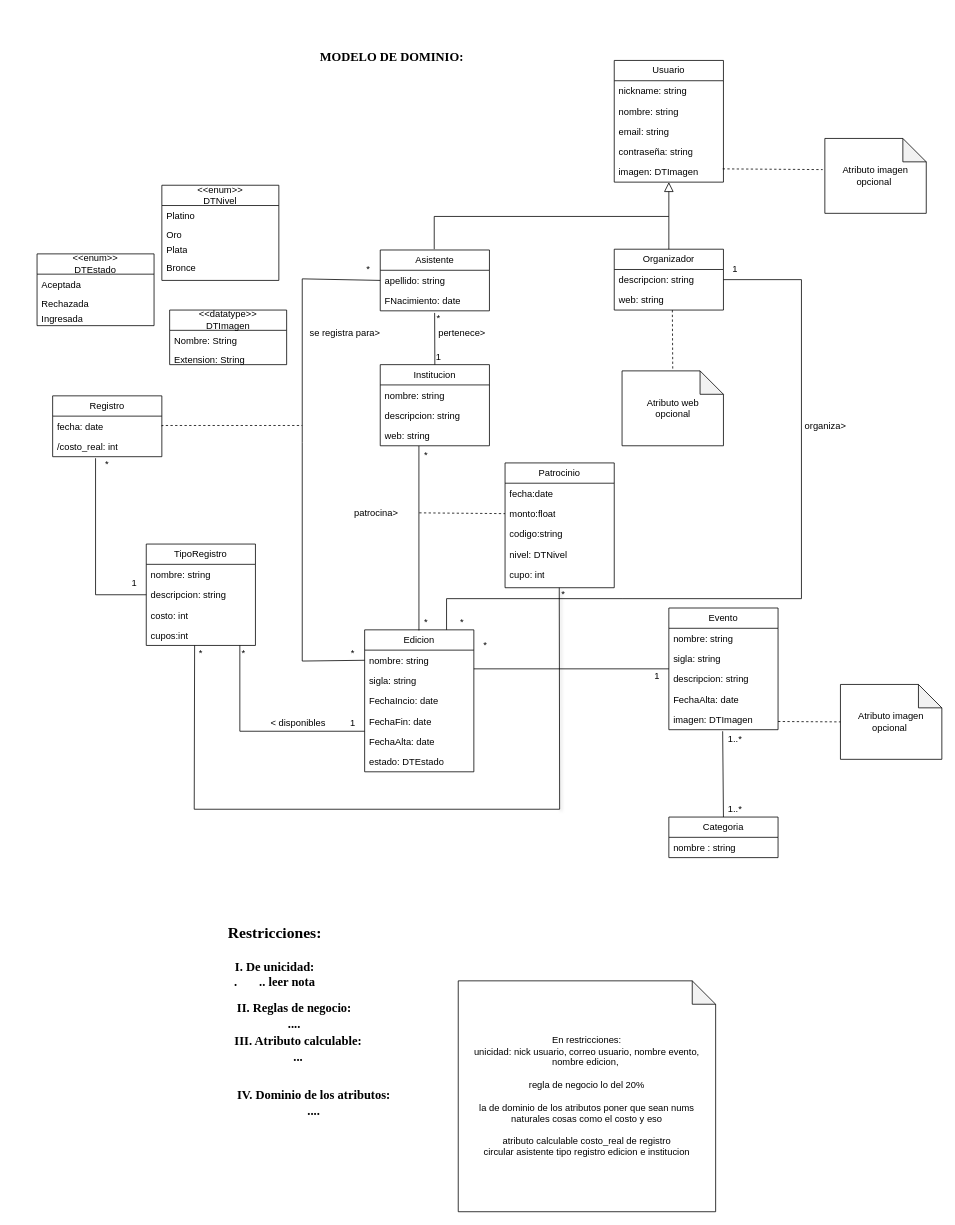
franscaletti/tprog keeps this draw.io diagram as page "ModeloDominio" (1 of 5) of Tarea1Snapshot.drawio. Above is the earlier version. Source tidied: cells renumbered, new cells numbered last; positions are measured from the earlier drawing's top-left corner, leaving out a move shared by most shapes. Both pictures are drawn from the tidied source at 78%, with x=0, y=0 at pixel (37, 13).
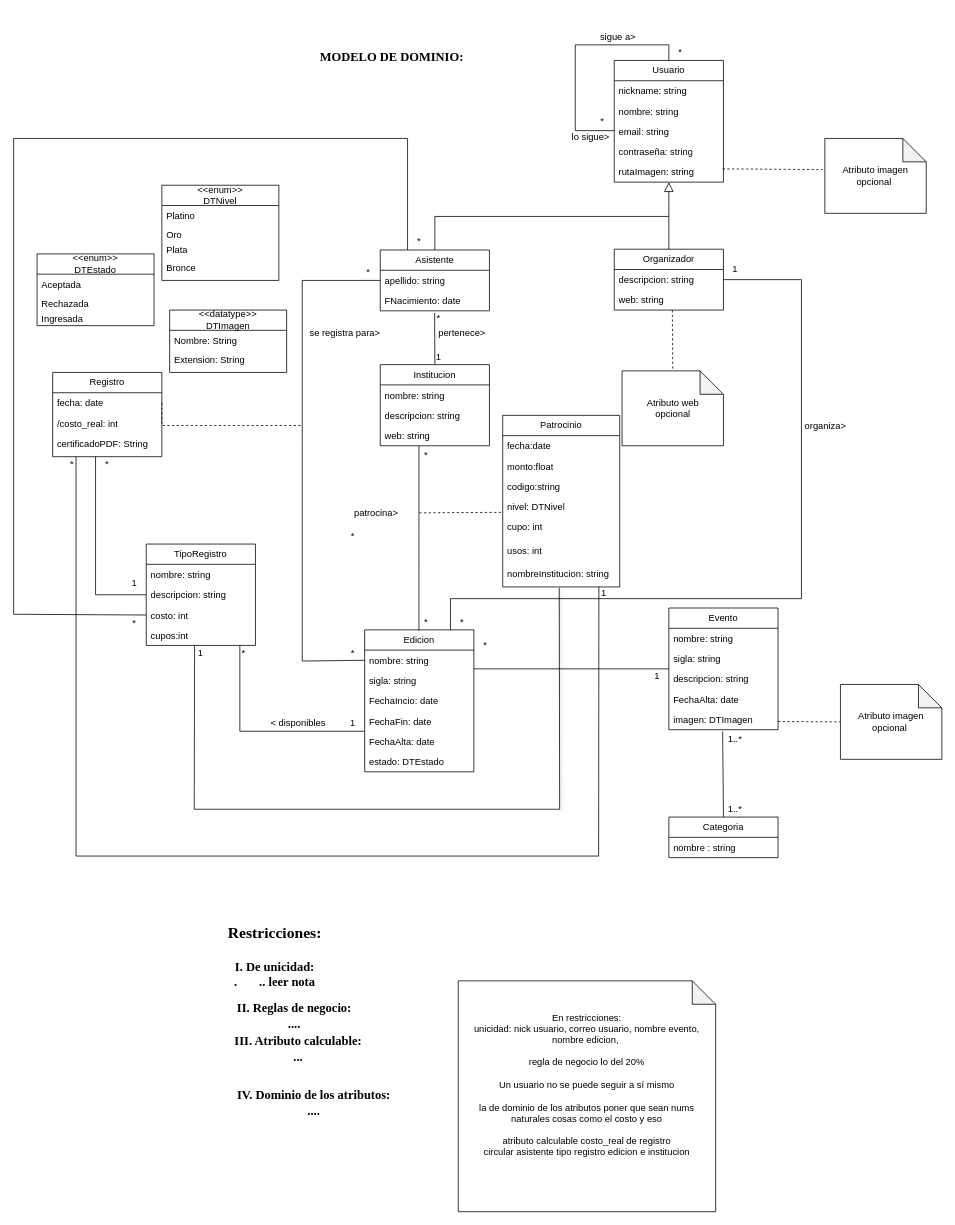
After the change.

The change refers to these unchanged cells:
```xml
<mxCell id="4" value="Usuario" style="swimlane;fontStyle=0;horizontal=1;startSize=26;fillColor=none;whiteSpace=wrap;html=1;" parent="1" vertex="1">
  <mxGeometry x="740" y="60" width="140" height="156" as="geometry" />
</mxCell>
<mxCell id="7" value="email: string" style="text;strokeColor=none;fillColor=none;align=left;verticalAlign=top;spacingLeft=4;spacingRight=4;overflow=hidden;points=[[0,0.5],[1,0.5]];portConstraint=eastwest;whiteSpace=wrap;html=1;" parent="4" vertex="1">
  <mxGeometry y="78" width="140" height="26" as="geometry" />
</mxCell>
<mxCell id="15" value="Asistente" style="swimlane;fontStyle=0;horizontal=1;startSize=26;fillColor=none;whiteSpace=wrap;html=1;" parent="1" vertex="1">
  <mxGeometry x="440" y="303" width="140" height="78" as="geometry" />
</mxCell>
<mxCell id="16" value="apellido: string&amp;nbsp;&lt;div&gt;&lt;br&gt;&lt;/div&gt;" style="text;strokeColor=none;fillColor=none;align=left;verticalAlign=top;spacingLeft=4;spacingRight=4;overflow=hidden;points=[[0,0.5],[1,0.5]];portConstraint=eastwest;whiteSpace=wrap;html=1;" parent="15" vertex="1">
  <mxGeometry y="26" width="140" height="26" as="geometry" />
</mxCell>
<mxCell id="19" value="descripcion: string&amp;nbsp;&lt;div&gt;&lt;br&gt;&lt;/div&gt;" style="text;strokeColor=none;fillColor=none;align=left;verticalAlign=top;spacingLeft=4;spacingRight=4;overflow=hidden;points=[[0,0.5],[1,0.5]];portConstraint=eastwest;whiteSpace=wrap;html=1;" parent="18" vertex="1">
  <mxGeometry y="26" width="140" height="26" as="geometry" />
</mxCell>
<mxCell id="26" value="Edicion" style="swimlane;fontStyle=0;horizontal=1;startSize=26;fillColor=none;whiteSpace=wrap;html=1;" parent="1" vertex="1">
  <mxGeometry x="420" y="790" width="140" height="182" as="geometry" />
</mxCell>
<mxCell id="27" value="nombre: string&amp;nbsp;&lt;div&gt;&lt;br&gt;&lt;/div&gt;" style="text;strokeColor=none;fillColor=none;align=left;verticalAlign=top;spacingLeft=4;spacingRight=4;overflow=hidden;points=[[0,0.5],[1,0.5]];portConstraint=eastwest;whiteSpace=wrap;html=1;" parent="26" vertex="1">
  <mxGeometry y="26" width="140" height="26" as="geometry" />
</mxCell>
<mxCell id="35" value="descripcion: string" style="text;strokeColor=none;fillColor=none;align=left;verticalAlign=top;spacingLeft=4;spacingRight=4;overflow=hidden;points=[[0,0.5],[1,0.5]];portConstraint=eastwest;whiteSpace=wrap;html=1;" parent="33" vertex="1">
  <mxGeometry y="52" width="140" height="26" as="geometry" />
</mxCell>
<mxCell id="36" value="costo: int" style="text;strokeColor=none;fillColor=none;align=left;verticalAlign=top;spacingLeft=4;spacingRight=4;overflow=hidden;points=[[0,0.5],[1,0.5]];portConstraint=eastwest;whiteSpace=wrap;html=1;" parent="33" vertex="1">
  <mxGeometry y="78" width="140" height="26" as="geometry" />
</mxCell>
<mxCell id="79" value="*" style="text;html=1;align=center;verticalAlign=middle;whiteSpace=wrap;rounded=0;" parent="1" vertex="1">
  <mxGeometry x="75" y="568" width="30" height="20" as="geometry" />
</mxCell>
<mxCell id="85" value="*" style="text;html=1;align=center;verticalAlign=middle;whiteSpace=wrap;rounded=0;" parent="1" vertex="1">
  <mxGeometry x="530" y="770" width="30" height="20" as="geometry" />
</mxCell>
```

What changed in the source:
```diff
@@
-    <mxCell id="2" style="endArrow=block;endSize=10;endFill=0;shadow=0;strokeWidth=1;rounded=0;curved=0;edgeStyle=elbowEdgeStyle;elbow=vertical;exitX=0.5;exitY=0;exitDx=0;exitDy=0;entryX=0.506;entryY=1.078;entryDx=0;entryDy=0;entryPerimeter=0;" parent="1" edge="1">
+    <mxCell id="2" style="endArrow=block;endSize=10;endFill=0;shadow=0;strokeWidth=1;rounded=0;curved=0;edgeStyle=elbowEdgeStyle;elbow=vertical;exitX=0.5;exitY=0;exitDx=0;exitDy=0;entryX=0.506;entryY=1.078;entryDx=0;entryDy=0;entryPerimeter=0;" parent="1" edge="1" source="15">
       <mxGeometry relative="1" as="geometry">
-        <mxPoint x="509.2" y="302" as="sourcePoint" />
         <mxPoint x="810" y="216" as="targetPoint" />
         <Array as="points">
           <mxPoint x="689.2" y="260" />
         </Array>
       </mxGeometry>
     </mxCell>
@@
-    <mxCell id="9" value="imagen: DTImagen" style="text;strokeColor=none;fillColor=none;align=left;verticalAlign=top;spacingLeft=4;spacingRight=4;overflow=hidden;whiteSpace=wrap;html=1;" parent="4" vertex="1">
+    <mxCell id="9" value="rutaImagen: string" style="text;strokeColor=none;fillColor=none;align=left;verticalAlign=top;spacingLeft=4;spacingRight=4;overflow=hidden;whiteSpace=wrap;html=1;" parent="4" vertex="1">
       <mxGeometry y="130" width="140" height="26" as="geometry" />
     </mxCell>
+    <mxCell id="109" style="endArrow=none;html=1;rounded=0;entryX=0;entryY=0.462;entryDx=0;entryDy=0;exitX=0.5;exitY=0;exitDx=0;exitDy=0;entryPerimeter=0;" parent="4" edge="1" source="4" target="7">
+      <mxGeometry relative="1" as="geometry">
+        <Array as="points">
+          <mxPoint x="70" y="-20" />
+          <mxPoint x="-50" y="-20" />
+          <mxPoint x="-50" y="90" />
+        </Array>
+      </mxGeometry>
+    </mxCell>
@@
     <mxCell id="38" value="Registro" style="swimlane;fontStyle=0;horizontal=1;startSize=26;fillColor=none;whiteSpace=wrap;html=1;" parent="1" vertex="1">
-      <mxGeometry x="20" y="490" width="140" height="78" as="geometry" />
+      <mxGeometry x="20" y="460" width="140" height="108" as="geometry" />
     </mxCell>
@@
+    <mxCell id="110" value="certificadoPDF: String" style="text;strokeColor=none;fillColor=none;align=left;verticalAlign=top;spacingLeft=4;spacingRight=4;overflow=hidden;whiteSpace=wrap;html=1;" parent="38" vertex="1">
+      <mxGeometry y="78" width="140" height="30" as="geometry" />
+    </mxCell>
@@
     <mxCell id="48" style="endArrow=none;html=1;rounded=0;exitX=0;exitY=0.5;exitDx=0;exitDy=0;entryX=0;entryY=0.5;entryDx=0;entryDy=0;" parent="1" edge="1" source="16" target="27">
       <mxGeometry relative="1" as="geometry">
         <Array as="points">
-          <mxPoint x="340" y="340" />
+          <mxPoint x="340" y="342" />
           <mxPoint x="340" y="550" />
           <mxPoint x="340" y="830" />
         </Array>
       </mxGeometry>
     </mxCell>
@@
     <mxCell id="50" value="Patrocinio" style="swimlane;fontStyle=0;horizontal=1;startSize=26;fillColor=none;whiteSpace=wrap;html=1;" parent="1" vertex="1">
-      <mxGeometry x="600" y="576" width="140" height="160" as="geometry" />
+      <mxGeometry x="597" y="515" width="150" height="220" as="geometry" />
     </mxCell>
     <mxCell id="51" value="&lt;div&gt;fecha:date&lt;/div&gt;" style="text;strokeColor=none;fillColor=none;align=left;verticalAlign=top;spacingLeft=4;spacingRight=4;overflow=hidden;whiteSpace=wrap;html=1;" parent="50" vertex="1">
-      <mxGeometry y="26" width="140" height="26" as="geometry" />
+      <mxGeometry y="26" width="150" height="26" as="geometry" />
     </mxCell>
     <mxCell id="52" value="monto:float" style="text;strokeColor=none;fillColor=none;align=left;verticalAlign=top;spacingLeft=4;spacingRight=4;overflow=hidden;points=[[0,0.5],[1,0.5]];portConstraint=eastwest;whiteSpace=wrap;html=1;" parent="50" vertex="1">
-      <mxGeometry y="52" width="140" height="26" as="geometry" />
+      <mxGeometry y="52" width="150" height="26" as="geometry" />
     </mxCell>
     <mxCell id="53" value="codigo:string" style="text;strokeColor=none;fillColor=none;align=left;verticalAlign=top;spacingLeft=4;spacingRight=4;overflow=hidden;whiteSpace=wrap;html=1;" parent="50" vertex="1">
-      <mxGeometry y="78" width="140" height="26" as="geometry" />
+      <mxGeometry y="78" width="150" height="26" as="geometry" />
     </mxCell>
     <mxCell id="54" value="nivel: DTNivel" style="text;strokeColor=none;fillColor=none;align=left;verticalAlign=top;spacingLeft=4;spacingRight=4;overflow=hidden;points=[[0,0.5],[1,0.5]];portConstraint=eastwest;whiteSpace=wrap;html=1;" parent="50" vertex="1">
-      <mxGeometry y="104" width="140" height="26" as="geometry" />
+      <mxGeometry y="104" width="150" height="26" as="geometry" />
     </mxCell>
     <mxCell id="55" value="cupo: int" style="text;strokeColor=none;fillColor=none;align=left;verticalAlign=top;spacingLeft=4;spacingRight=4;overflow=hidden;whiteSpace=wrap;html=1;" parent="50" vertex="1">
-      <mxGeometry y="130" width="140" height="30" as="geometry" />
+      <mxGeometry y="130" width="150" height="30" as="geometry" />
     </mxCell>
+    <mxCell id="111" value="usos: int" style="text;strokeColor=none;fillColor=none;align=left;verticalAlign=top;spacingLeft=4;spacingRight=4;overflow=hidden;whiteSpace=wrap;html=1;" parent="50" vertex="1">
+      <mxGeometry y="160" width="150" height="30" as="geometry" />
+    </mxCell>
+    <mxCell id="112" value="nombreInstitucion: string" style="text;strokeColor=none;fillColor=none;align=left;verticalAlign=top;spacingLeft=4;spacingRight=4;overflow=hidden;points=[[0,0.5],[1,0.5]];portConstraint=eastwest;whiteSpace=wrap;html=1;" parent="50" vertex="1">
+      <mxGeometry y="190" width="150" height="30" as="geometry" />
+    </mxCell>
@@
     <mxCell id="59" value="*" style="text;html=1;align=center;verticalAlign=middle;whiteSpace=wrap;rounded=0;" parent="1" vertex="1">
-      <mxGeometry x="410" y="318" width="30" height="20" as="geometry" />
+      <mxGeometry x="410" y="320" width="30" height="22" as="geometry" />
     </mxCell>
@@
-    <mxCell id="70" value="En restricciones:&lt;div&gt;unicidad: nick usuario, correo usuario, nombre evento, nombre edicion,&amp;nbsp;&lt;/div&gt;&lt;div&gt;&lt;br&gt;&lt;/div&gt;&lt;div&gt;regla de negocio lo del 20%&lt;br&gt;&lt;br&gt;&lt;/div&gt;&lt;div&gt;la de dominio de los atributos poner que sean nums naturales cosas como el costo y eso&lt;br&gt;&lt;br&gt;&lt;/div&gt;&lt;div&gt;atributo calculable costo_real de registro&lt;/div&gt;&lt;div&gt;circular asistente tipo registro edicion e institucion&lt;/div&gt;" style="shape=note;whiteSpace=wrap;html=1;backgroundOutline=1;darkOpacity=0.05;" parent="1" vertex="1">
+    <mxCell id="70" value="En restricciones:&lt;div&gt;unicidad: nick usuario, correo usuario, nombre evento, nombre edicion,&amp;nbsp;&lt;/div&gt;&lt;div&gt;&lt;br&gt;&lt;/div&gt;&lt;div&gt;regla de negocio lo del 20%&lt;/div&gt;&lt;div&gt;&lt;br&gt;&lt;/div&gt;&lt;div&gt;Un usuario no se puede seguir a sí mismo&lt;br&gt;&lt;br&gt;&lt;/div&gt;&lt;div&gt;la de dominio de los atributos poner que sean nums naturales cosas como el costo y eso&lt;br&gt;&lt;br&gt;&lt;/div&gt;&lt;div&gt;atributo calculable costo_real de registro&lt;/div&gt;&lt;div&gt;circular asistente tipo registro edicion e institucion&lt;/div&gt;&lt;div&gt;&lt;br&gt;&lt;/div&gt;&lt;div&gt;&lt;br&gt;&lt;/div&gt;" style="shape=note;whiteSpace=wrap;html=1;backgroundOutline=1;darkOpacity=0.05;" parent="1" vertex="1">
       <mxGeometry x="540" y="1240" width="330" height="296" as="geometry" />
     </mxCell>
-    <mxCell id="71" style="endArrow=none;html=1;rounded=0;entryX=0;entryY=0.5;entryDx=0;entryDy=0;" parent="1" edge="1" target="35">
+    <mxCell id="71" style="endArrow=none;html=1;rounded=0;entryX=0;entryY=0.5;entryDx=0;entryDy=0;exitX=0;exitY=0;exitDx=0;exitDy=0;" parent="1" edge="1" source="79" target="35">
       <mxGeometry relative="1" as="geometry">
-        <mxPoint x="75" y="570" as="sourcePoint" />
         <Array as="points">
           <mxPoint x="75" y="745" />
         </Array>
       </mxGeometry>
     </mxCell>
@@
-    <mxCell id="75" style="endArrow=none;dashed=1;html=1;rounded=0;entryX=0;entryY=0.5;entryDx=0;entryDy=0;" parent="1" edge="1" target="52">
+    <mxCell id="75" style="endArrow=none;dashed=1;html=1;rounded=0;entryX=0;entryY=0.782;entryDx=0;entryDy=0;entryPerimeter=0;" parent="1" edge="1" target="54">
       <mxGeometry relative="1" as="geometry">
         <mxPoint x="490" y="640" as="sourcePoint" />
       </mxGeometry>
     </mxCell>
@@
-    <mxCell id="83" style="endArrow=none;html=1;rounded=0;exitX=0.75;exitY=0;exitDx=0;exitDy=0;entryX=1;entryY=0.5;entryDx=0;entryDy=0;" parent="1" edge="1" source="26" target="19">
+    <mxCell id="83" style="endArrow=none;html=1;rounded=0;exitX=0;exitY=1;exitDx=0;exitDy=0;entryX=1;entryY=0.5;entryDx=0;entryDy=0;" parent="1" edge="1" source="85" target="19">
       <mxGeometry relative="1" as="geometry">
         <Array as="points">
-          <mxPoint x="525" y="750" />
+          <mxPoint x="530" y="750" />
           <mxPoint x="750" y="750" />
           <mxPoint x="980" y="750" />
           <mxPoint x="980" y="341" />
         </Array>
       </mxGeometry>
     </mxCell>
@@
-    <mxCell id="92" value="*" style="text;html=1;align=center;verticalAlign=middle;whiteSpace=wrap;rounded=0;" parent="1" vertex="1">
+    <mxCell id="92" value="1" style="text;html=1;align=center;verticalAlign=middle;whiteSpace=wrap;rounded=0;" parent="1" vertex="1">
       <mxGeometry x="195" y="810" width="30" height="20" as="geometry" />
     </mxCell>
     <mxCell id="93" value="*" style="text;html=1;align=center;verticalAlign=middle;whiteSpace=wrap;rounded=0;" parent="1" vertex="1">
-      <mxGeometry x="660" y="735" width="30" height="20" as="geometry" />
+      <mxGeometry x="30" y="568" width="30" height="20" as="geometry" />
     </mxCell>
@@
     <mxCell id="106" value="&amp;lt;&amp;lt;datatype&amp;gt;&amp;gt;&lt;div&gt;DTImagen&lt;/div&gt;" style="swimlane;fontStyle=0;horizontal=1;startSize=26;fillColor=none;whiteSpace=wrap;html=1;" parent="1" vertex="1">
-      <mxGeometry x="170" y="380" width="150" height="70" as="geometry" />
+      <mxGeometry x="170" y="380" width="150" height="80" as="geometry" />
     </mxCell>
@@
     <mxCell id="108" value="Extension: String" style="text;strokeColor=none;fillColor=none;align=left;verticalAlign=top;spacingLeft=4;spacingRight=4;overflow=hidden;whiteSpace=wrap;html=1;" parent="106" vertex="1">
-      <mxGeometry y="50" width="150" height="20" as="geometry" />
+      <mxGeometry y="50" width="150" height="30" as="geometry" />
     </mxCell>
+    <mxCell id="113" value="*" style="text;html=1;align=center;verticalAlign=middle;whiteSpace=wrap;rounded=0;" parent="1" vertex="1">
+      <mxGeometry x="710" y="127" width="30" height="22" as="geometry" />
+    </mxCell>
+    <mxCell id="114" value="*" style="text;html=1;align=center;verticalAlign=middle;whiteSpace=wrap;rounded=0;" parent="1" vertex="1">
+      <mxGeometry x="810" y="40" width="30" height="20" as="geometry" />
+    </mxCell>
+    <mxCell id="115" value="sigue a&amp;gt;" style="text;html=1;align=center;verticalAlign=middle;whiteSpace=wrap;rounded=0;" parent="1" vertex="1">
+      <mxGeometry x="720" y="20" width="50" height="20" as="geometry" />
+    </mxCell>
+    <mxCell id="116" value="lo sigue&amp;gt;" style="text;html=1;align=center;verticalAlign=middle;whiteSpace=wrap;rounded=0;" parent="1" vertex="1">
+      <mxGeometry x="680" y="149" width="60" height="20" as="geometry" />
+    </mxCell>
+    <mxCell id="117" style="endArrow=none;html=1;rounded=0;entryX=0;entryY=0.5;entryDx=0;entryDy=0;exitX=0.25;exitY=0;exitDx=0;exitDy=0;" parent="1" edge="1" source="15" target="36">
+      <mxGeometry relative="1" as="geometry">
+        <Array as="points">
+          <mxPoint x="475" y="160" />
+          <mxPoint x="-30" y="160" />
+          <mxPoint x="-30" y="770" />
+        </Array>
+      </mxGeometry>
+    </mxCell>
+    <mxCell id="118" value="*" style="text;html=1;align=center;verticalAlign=middle;whiteSpace=wrap;rounded=0;" parent="1" vertex="1">
+      <mxGeometry x="475" y="281" width="30" height="22" as="geometry" />
+    </mxCell>
+    <mxCell id="119" value="*" style="text;html=1;align=center;verticalAlign=middle;whiteSpace=wrap;rounded=0;" parent="1" vertex="1">
+      <mxGeometry x="110" y="770" width="30" height="22" as="geometry" />
+    </mxCell>
+    <mxCell id="120" style="endArrow=none;html=1;rounded=0;entryX=0.822;entryY=0.981;entryDx=0;entryDy=0;exitX=0;exitY=0;exitDx=0;exitDy=0;entryPerimeter=0;" parent="1" edge="1" target="112">
+      <mxGeometry relative="1" as="geometry">
+        <mxPoint x="50" y="568" as="sourcePoint" />
+        <Array as="points">
+          <mxPoint x="50" y="1080" />
+          <mxPoint x="720" y="1080" />
+        </Array>
+      </mxGeometry>
+    </mxCell>
+    <mxCell id="121" value="1" style="text;html=1;align=center;verticalAlign=middle;whiteSpace=wrap;rounded=0;" parent="1" vertex="1">
+      <mxGeometry x="712" y="738" width="30" height="10" as="geometry" />
+    </mxCell>
+    <mxCell id="122" value="*" style="text;html=1;align=center;verticalAlign=middle;whiteSpace=wrap;rounded=0;" parent="1" vertex="1">
+      <mxGeometry x="390" y="660" width="30" height="20" as="geometry" />
+    </mxCell>
```
